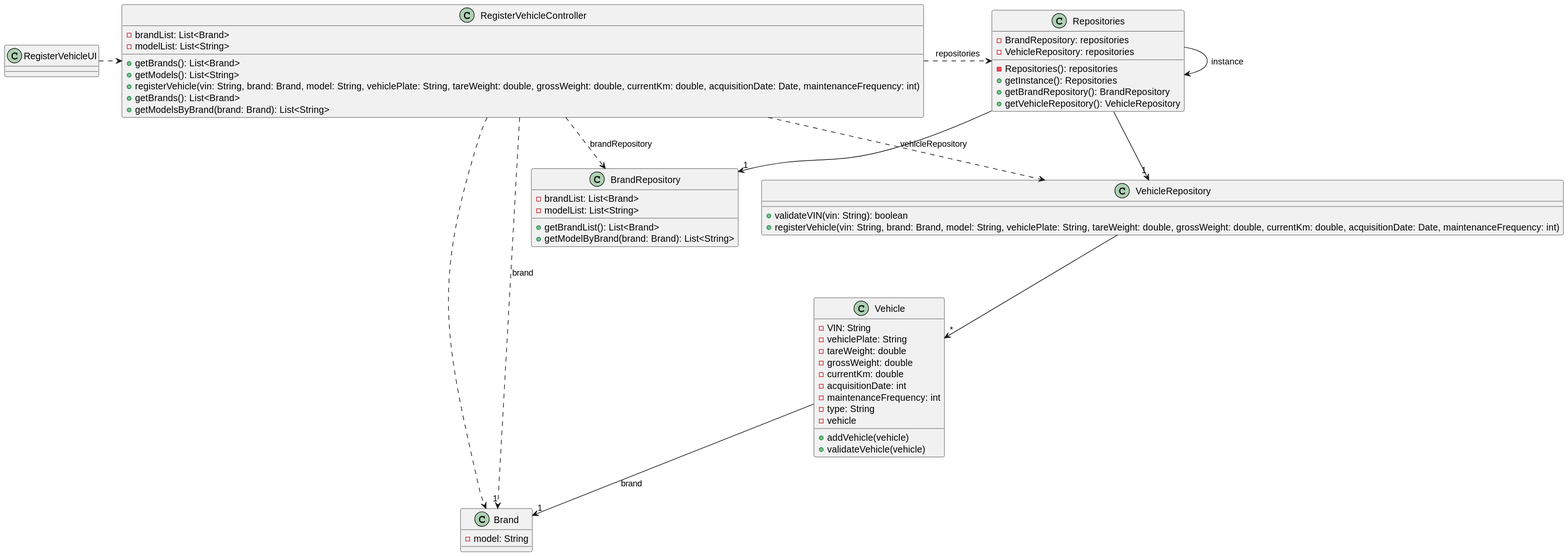
Before: docs/sprintB/us006/03.design/svg/us006-class-diagram.svg, a diagram exported from PlantUML (ricardomm7/leaflink).
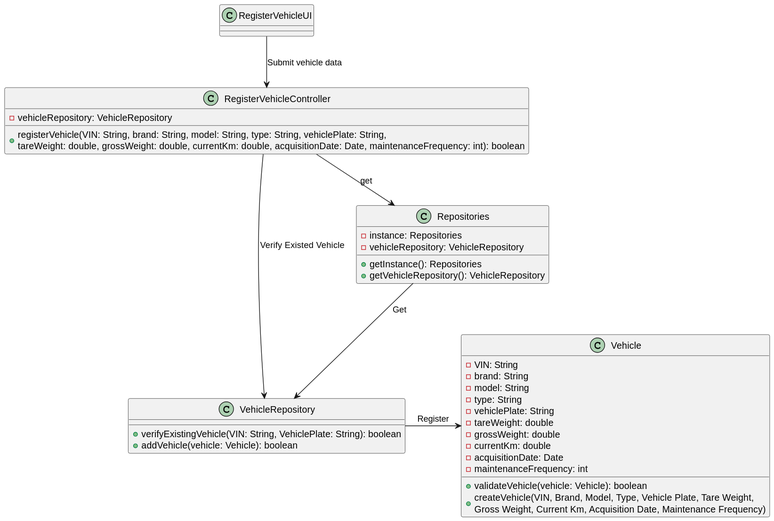
After the change.

Change to the diagram source:
```diff
@@ -3,81 +3,45 @@
 skinparam shadowing false
 skinparam line type polyline
 
-class RegisterVehicleUI {
+    class RegisterVehicleUI {
+    }
 
-}
+    class RegisterVehicleController {
+        - vehicleRepository: VehicleRepository
+        + registerVehicle(VIN: String, brand: String, model: String, type: String, vehiclePlate: String, \ntareWeight: double, grossWeight: double, currentKm: double, acquisitionDate: Date, maintenanceFrequency: int): boolean
+    }
 
-class RegisterVehicleController {
-    - brandList: List<Brand>
-    - modelList: List<String>
-    + getBrands(): List<Brand>
-    + getModels(): List<String>
-    + registerVehicle(vin: String, brand: Brand, model: String, vehiclePlate: String, tareWeight: double, grossWeight: double, currentKm: double, acquisitionDate: Date, maintenanceFrequency: int)
-    + getBrands(): List<Brand>
-    + getModelsByBrand(brand: Brand): List<String>
-}
+    class Repositories {
+        - instance: Repositories
+        - vehicleRepository: VehicleRepository
+        + getInstance(): Repositories
+        + getVehicleRepository(): VehicleRepository
+    }
 
-class Repositories {
-    - Repositories(): repositories
-    - BrandRepository: repositories
-    - VehicleRepository: repositories
-    + getInstance(): Repositories
-    + getBrandRepository(): BrandRepository
-    + getVehicleRepository(): VehicleRepository
-}
+    class VehicleRepository {
+        + verifyExistingVehicle(VIN: String, VehiclePlate: String): boolean
+        + addVehicle(vehicle: Vehicle): boolean
+    }
 
-class VehicleRepository {
-    + validateVIN(vin: String): boolean
-    + registerVehicle(vin: String, brand: Brand, model: String, vehiclePlate: String, tareWeight: double, grossWeight: double, currentKm: double, acquisitionDate: Date, maintenanceFrequency: int)
-}
+    class Vehicle {
+        - VIN: String
+        - brand: String
+        - model: String
+        - type: String
+        - vehiclePlate: String
+        - tareWeight: double
+        - grossWeight: double
+        - currentKm: double
+        - acquisitionDate: Date
+        - maintenanceFrequency: int
 
-class BrandRepository {
-    - brandList: List<Brand>
-    - modelList: List<String>
-    + getBrandList(): List<Brand>
-    + getModelByBrand(brand: Brand): List<String>
-}
+        + validateVehicle(vehicle: Vehicle): boolean
+        + createVehicle(VIN, Brand, Model, Type, Vehicle Plate, Tare Weight, \nGross Weight, Current Km, Acquisition Date, Maintenance Frequency)
+    }
 
-
-class Vehicle {
-    - VIN: String
-    - vehiclePlate: String
-    - tareWeight: double
-    - grossWeight: double
-    - currentKm: double
-    - acquisitionDate: int
-    - maintenanceFrequency: int
-    - type: String
-    - vehicle
-
-    + addVehicle(vehicle)
-    + validateVehicle(vehicle)
-
-}
-
-class Brand {
-    - model: String
-}
-
-Repositories -> Repositories : instance
-
-RegisterVehicleUI .> RegisterVehicleController
-
-RegisterVehicleController .> Repositories : repositories
-
-Repositories -> "1" BrandRepository
-
-RegisterVehicleController ..> Brand
-
-RegisterVehicleController ..> VehicleRepository : vehicleRepository
-
-RegisterVehicleController ..> BrandRepository : brandRepository
-
-Repositories --> "1" VehicleRepository
-
-VehicleRepository --> "*" Vehicle
-
-RegisterVehicleController ..> "1" Brand : brand
-
-Vehicle --> "1" Brand : brand
+    RegisterVehicleUI --> RegisterVehicleController: Submit vehicle data
+    RegisterVehicleController --> Repositories: get
+    RegisterVehicleController --> VehicleRepository: Verify Existed Vehicle
+    Repositories --> VehicleRepository: Get
+    VehicleRepository -> Vehicle: Register
 @enduml
```
